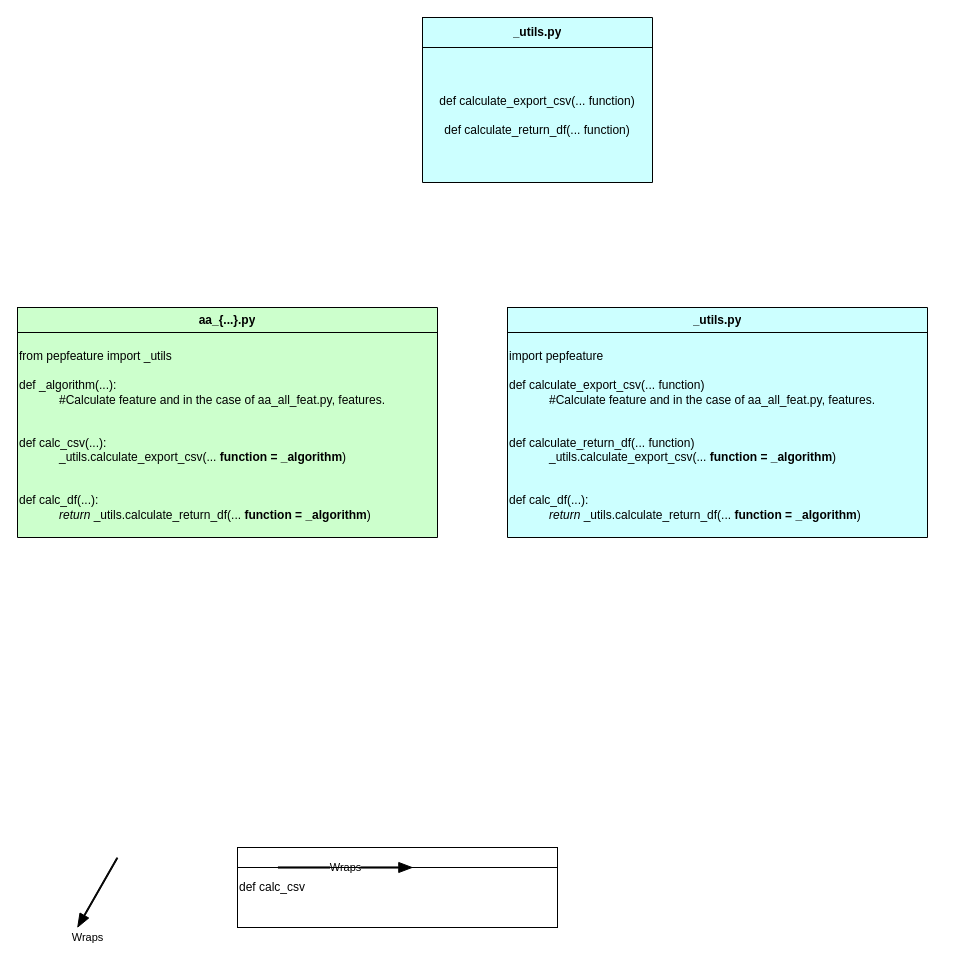
efr-essakhan/pepfeature keeps this draw.io diagram as page "wrapper" (2 of 2) of FYP files/Diagrams/module diagram.drawio. Above is the earlier version. Source tidied: cells renumbered, new cells numbered last; positions are measured from the earlier drawing's top-left corner, leaving out a move shared by most shapes. Both pictures are drawn from the tidied source at 100%, with x=0, y=0 at pixel (17, 17).
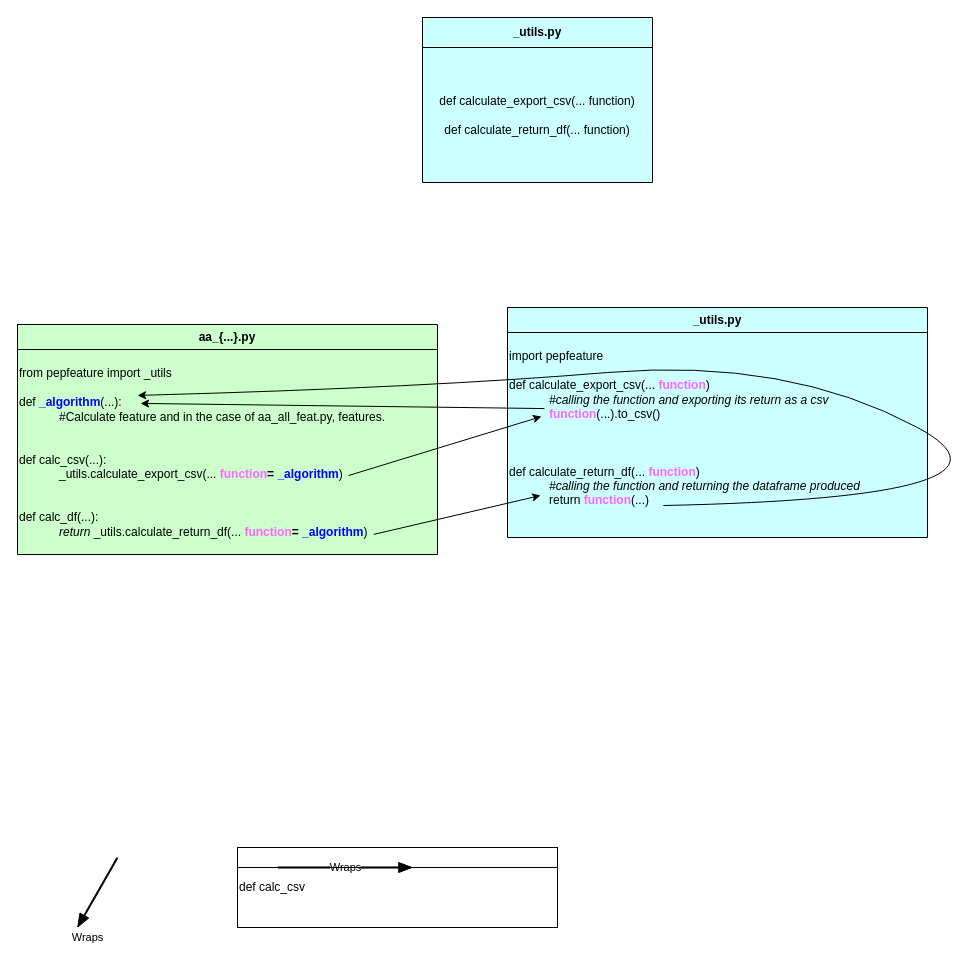
The same page after the edit.

The change refers to these unchanged cells:
```xml
<mxCell id="13" style="shape=partialRectangle;html=1;whiteSpace=wrap;fillColor=none;top=0;left=0;bottom=0;right=0;points=[[0,0.5],[1,0.5]];portConstraint=eastwest;" parent="10" vertex="1">
  <mxGeometry y="25" width="420" height="205" as="geometry" />
</mxCell>
<mxCell id="18" style="shape=partialRectangle;html=1;whiteSpace=wrap;fillColor=none;top=0;left=0;bottom=0;right=0;points=[[0,0.5],[1,0.5]];portConstraint=eastwest;" parent="15" vertex="1">
  <mxGeometry y="25" width="420" height="205" as="geometry" />
</mxCell>
```

Change to the diagram source:
```diff
@@
     <mxCell id="10" style="shape=table;html=1;whiteSpace=wrap;startSize=0;childLayout=tableLayout;fillColor=#CCFFCC;" parent="1" vertex="1">
-      <mxGeometry y="290" width="420" height="230" as="geometry" />
+      <mxGeometry y="307" width="420" height="230" as="geometry" />
     </mxCell>
@@
-    <mxCell id="14" value="&lt;br&gt;from pepfeature import _utils&lt;br&gt;&lt;br&gt;def _algorithm(...):&lt;br&gt;&lt;blockquote style=&quot;margin: 0 0 0 40px ; border: none ; padding: 0px&quot;&gt;#Calculate feature and in the case of aa_all_feat.py, features.&lt;/blockquote&gt;&lt;br&gt;&lt;br&gt;def calc_csv(...):&lt;br&gt;&lt;blockquote style=&quot;margin: 0 0 0 40px ; border: none ; padding: 0px&quot;&gt;_utils.calculate_export_csv(... &lt;b&gt;function = _algorithm&lt;/b&gt;)&lt;/blockquote&gt;&lt;br&gt;&lt;br&gt;def calc_df(...):&lt;br&gt;&lt;blockquote style=&quot;margin: 0 0 0 40px ; border: none ; padding: 0px&quot;&gt;&lt;i&gt;return &lt;/i&gt;_utils.calculate_return_df(... &lt;b&gt;function = _algorithm&lt;/b&gt;)&lt;br&gt;&lt;/blockquote&gt;&lt;blockquote style=&quot;margin: 0 0 0 40px ; border: none ; padding: 0px&quot;&gt;&lt;br&gt;&lt;/blockquote&gt;" style="shape=partialRectangle;html=1;whiteSpace=wrap;overflow=hidden;fillColor=none;top=0;left=0;bottom=0;right=0;align=left;" parent="13" vertex="1">
+    <mxCell id="14" value="&lt;br&gt;from pepfeature import _utils&lt;br&gt;&lt;br&gt;def&amp;nbsp;&lt;b&gt;&lt;font color=&quot;#0000ff&quot;&gt;_algorithm&lt;/font&gt;&lt;/b&gt;(...):&lt;br&gt;&lt;blockquote style=&quot;margin: 0 0 0 40px ; border: none ; padding: 0px&quot;&gt;#Calculate feature and in the case of aa_all_feat.py, features.&lt;/blockquote&gt;&lt;br&gt;&lt;br&gt;def calc_csv(...):&lt;br&gt;&lt;blockquote style=&quot;margin: 0 0 0 40px ; border: none ; padding: 0px&quot;&gt;_utils.calculate_export_csv(...&amp;nbsp;&lt;b style=&quot;color: rgb(255 , 102 , 255)&quot;&gt;function&lt;/b&gt;&lt;b&gt;= &lt;font color=&quot;#0000ff&quot;&gt;_algorithm&lt;/font&gt;&lt;/b&gt;)&lt;/blockquote&gt;&lt;br&gt;&lt;br&gt;def calc_df(...):&lt;br&gt;&lt;blockquote style=&quot;margin: 0 0 0 40px ; border: none ; padding: 0px&quot;&gt;&lt;i&gt;return &lt;/i&gt;_utils.calculate_return_df(...&amp;nbsp;&lt;b style=&quot;color: rgb(255 , 102 , 255)&quot;&gt;function&lt;/b&gt;&lt;b&gt;=&amp;nbsp;&lt;/b&gt;&lt;b&gt;&lt;font color=&quot;#0000ff&quot;&gt;_algorithm&lt;/font&gt;&lt;/b&gt;)&lt;br&gt;&lt;/blockquote&gt;&lt;blockquote style=&quot;margin: 0 0 0 40px ; border: none ; padding: 0px&quot;&gt;&lt;br&gt;&lt;/blockquote&gt;" style="shape=partialRectangle;html=1;whiteSpace=wrap;overflow=hidden;fillColor=none;top=0;left=0;bottom=0;right=0;align=left;" parent="13" vertex="1">
       <mxGeometry width="420" height="205" as="geometry" />
     </mxCell>
@@
-    <mxCell id="19" value="&lt;br&gt;import pepfeature&lt;br&gt;&lt;br&gt;&lt;span style=&quot;text-align: center&quot;&gt;def calculate_export_csv(... function)&lt;/span&gt;&lt;br style=&quot;text-align: center&quot;&gt;&lt;blockquote style=&quot;margin: 0 0 0 40px ; border: none ; padding: 0px&quot;&gt;#Calculate feature and in the case of aa_all_feat.py, features.&lt;/blockquote&gt;&lt;br&gt;&lt;br&gt;&lt;span style=&quot;text-align: center&quot;&gt;def calculate_return_df(... function)&lt;/span&gt;&lt;br&gt;&lt;blockquote style=&quot;margin: 0 0 0 40px ; border: none ; padding: 0px&quot;&gt;_utils.calculate_export_csv(... &lt;b&gt;function = _algorithm&lt;/b&gt;)&lt;/blockquote&gt;&lt;br&gt;&lt;br&gt;def calc_df(...):&lt;br&gt;&lt;blockquote style=&quot;margin: 0 0 0 40px ; border: none ; padding: 0px&quot;&gt;&lt;i&gt;return &lt;/i&gt;_utils.calculate_return_df(... &lt;b&gt;function = _algorithm&lt;/b&gt;)&lt;br&gt;&lt;/blockquote&gt;&lt;blockquote style=&quot;margin: 0 0 0 40px ; border: none ; padding: 0px&quot;&gt;&lt;br&gt;&lt;/blockquote&gt;" style="shape=partialRectangle;html=1;whiteSpace=wrap;overflow=hidden;fillColor=none;top=0;left=0;bottom=0;right=0;align=left;" parent="18" vertex="1">
+    <mxCell id="19" value="&lt;br&gt;import pepfeature&lt;br&gt;&lt;br&gt;&lt;span style=&quot;text-align: center&quot;&gt;def calculate_export_csv(...&amp;nbsp;&lt;/span&gt;&lt;b style=&quot;color: rgb(255 , 102 , 255)&quot;&gt;function&lt;/b&gt;&lt;span style=&quot;text-align: center&quot;&gt;)&lt;br&gt;&lt;/span&gt;&lt;blockquote style=&quot;margin: 0 0 0 40px ; border: none ; padding: 0px&quot;&gt;&lt;i&gt;#calling the function and exporting its return as a csv&lt;/i&gt;&lt;br&gt;&lt;/blockquote&gt;&lt;blockquote style=&quot;margin: 0 0 0 40px ; border: none ; padding: 0px&quot;&gt;&lt;b style=&quot;color: rgb(255 , 102 , 255)&quot;&gt;function&lt;/b&gt;&lt;span&gt;(...).to_csv()&amp;nbsp;&lt;/span&gt;&lt;/blockquote&gt;&lt;blockquote style=&quot;margin: 0 0 0 40px ; border: none ; padding: 0px&quot;&gt;&lt;br&gt;&lt;/blockquote&gt;&lt;br&gt;&lt;br&gt;&lt;span style=&quot;text-align: center&quot;&gt;def calculate_return_df(...&amp;nbsp;&lt;/span&gt;&lt;b style=&quot;color: rgb(255 , 102 , 255)&quot;&gt;function&lt;/b&gt;&lt;span style=&quot;text-align: center&quot;&gt;)&lt;br&gt;&lt;/span&gt;&lt;blockquote style=&quot;margin: 0 0 0 40px ; border: none ; padding: 0px&quot;&gt;&lt;i&gt;#calling the function and returning the dataframe produced&lt;/i&gt;&lt;br&gt;&lt;/blockquote&gt;&lt;blockquote style=&quot;margin: 0 0 0 40px ; border: none ; padding: 0px&quot;&gt;return &lt;font color=&quot;#ff66ff&quot;&gt;&lt;b&gt;function&lt;/b&gt;&lt;/font&gt;(...)&lt;br&gt;&lt;/blockquote&gt;&lt;br&gt;&lt;blockquote style=&quot;margin: 0 0 0 40px ; border: none ; padding: 0px&quot;&gt;&lt;br&gt;&lt;/blockquote&gt;" style="shape=partialRectangle;html=1;whiteSpace=wrap;overflow=hidden;fillColor=none;top=0;left=0;bottom=0;right=0;align=left;" parent="18" vertex="1">
       <mxGeometry width="420" height="205" as="geometry" />
     </mxCell>
+    <mxCell id="20" style="endArrow=classic;html=1;fillColor=#000000;exitX=0.788;exitY=0.615;exitDx=0;exitDy=0;exitPerimeter=0;entryX=0.081;entryY=0.41;entryDx=0;entryDy=0;entryPerimeter=0;" parent="1" edge="1" source="13" target="18">
+      <mxGeometry relative="1" as="geometry" />
+    </mxCell>
+    <mxCell id="21" style="endArrow=classic;html=1;fillColor=#000000;exitX=0.848;exitY=0.902;exitDx=0;exitDy=0;exitPerimeter=0;entryX=0.081;entryY=0.41;entryDx=0;entryDy=0;entryPerimeter=0;" parent="1" edge="1" source="13">
+      <mxGeometry relative="1" as="geometry">
+        <mxPoint x="523.1" y="478" as="targetPoint" />
+      </mxGeometry>
+    </mxCell>
+    <mxCell id="22" style="endArrow=classic;html=1;fillColor=#000000;exitX=0.088;exitY=0.371;exitDx=0;exitDy=0;exitPerimeter=0;entryX=0.293;entryY=0.263;entryDx=0;entryDy=0;entryPerimeter=0;" parent="1" edge="1" source="18" target="13">
+      <mxGeometry relative="1" as="geometry" />
+    </mxCell>
+    <mxCell id="23" style="curved=1;endArrow=classic;html=1;fillColor=#000000;exitX=0.371;exitY=0.844;exitDx=0;exitDy=0;exitPerimeter=0;entryX=0.286;entryY=0.224;entryDx=0;entryDy=0;entryPerimeter=0;" parent="1" edge="1" source="18" target="13">
+      <mxGeometry relative="1" as="geometry">
+        <Array as="points">
+          <mxPoint x="1030" y="480" />
+          <mxPoint x="770" y="340" />
+          <mxPoint x="410" y="370" />
+        </Array>
+      </mxGeometry>
+    </mxCell>
```
